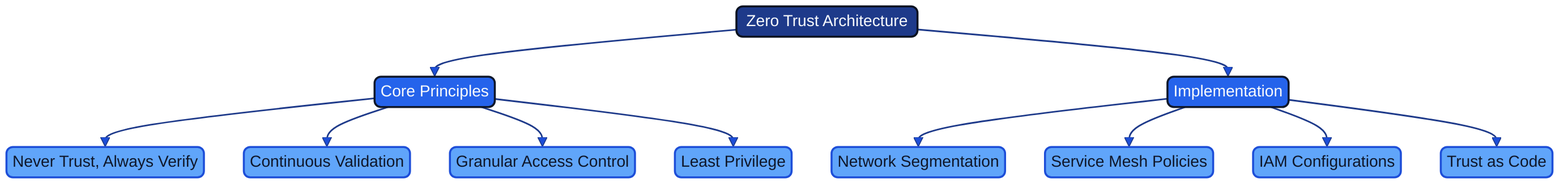
Earlier version of the Mermaid export docs/images/mindmap_10_security_zero_trust.png (Geonitab/architecture_as_code). Its source is kept beside it as docs/images/mindmap_10_security_zero_trust.mmd. Source of this version:
```mermaid
graph TD
    ROOT(["Zero Trust Architecture"]):::geon-primary
    ROOT --> CP["Core Principles"]:::geon-accent
    ROOT --> IMP["Implementation"]:::geon-accent
    CP --> CP1["Never Trust, Always Verify"]:::geon-highlight
    CP --> CP2["Continuous Validation"]:::geon-highlight
    CP --> CP3["Granular Access Control"]:::geon-highlight
    CP --> CP4["Least Privilege"]:::geon-highlight
    IMP --> IMP1["Network Segmentation"]:::geon-highlight
    IMP --> IMP2["Service Mesh Policies"]:::geon-highlight
    IMP --> IMP3["IAM Configurations"]:::geon-highlight
    IMP --> IMP4["Trust as Code"]:::geon-highlight
```
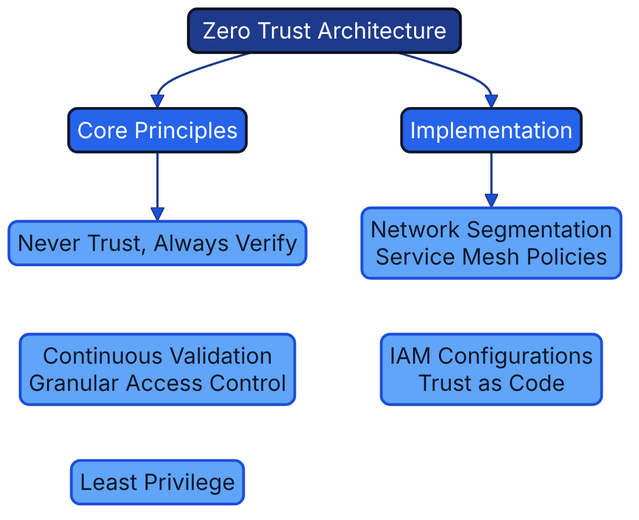
Above is the later version.

What changed in the source:
```diff
@@ -1,12 +1,9 @@
-graph TD
+flowchart TB
     ROOT(["Zero Trust Architecture"]):::geon-primary
     ROOT --> CP["Core Principles"]:::geon-accent
     ROOT --> IMP["Implementation"]:::geon-accent
-    CP --> CP1["Never Trust, Always Verify"]:::geon-highlight
-    CP --> CP2["Continuous Validation"]:::geon-highlight
-    CP --> CP3["Granular Access Control"]:::geon-highlight
-    CP --> CP4["Least Privilege"]:::geon-highlight
-    IMP --> IMP1["Network Segmentation"]:::geon-highlight
-    IMP --> IMP2["Service Mesh Policies"]:::geon-highlight
-    IMP --> IMP3["IAM Configurations"]:::geon-highlight
-    IMP --> IMP4["Trust as Code"]:::geon-highlight
+    CP --> A1["Never Trust, Always Verify"]:::geon-highlight
+    A1 ~~~ A2["Continuous Validation<br/>Granular Access Control"]:::geon-highlight
+    A2 ~~~ A3["Least Privilege"]:::geon-highlight
+    IMP --> B1["Network Segmentation<br/>Service Mesh Policies"]:::geon-highlight
+    B1 ~~~ B2["IAM Configurations<br/>Trust as Code"]:::geon-highlight
```
